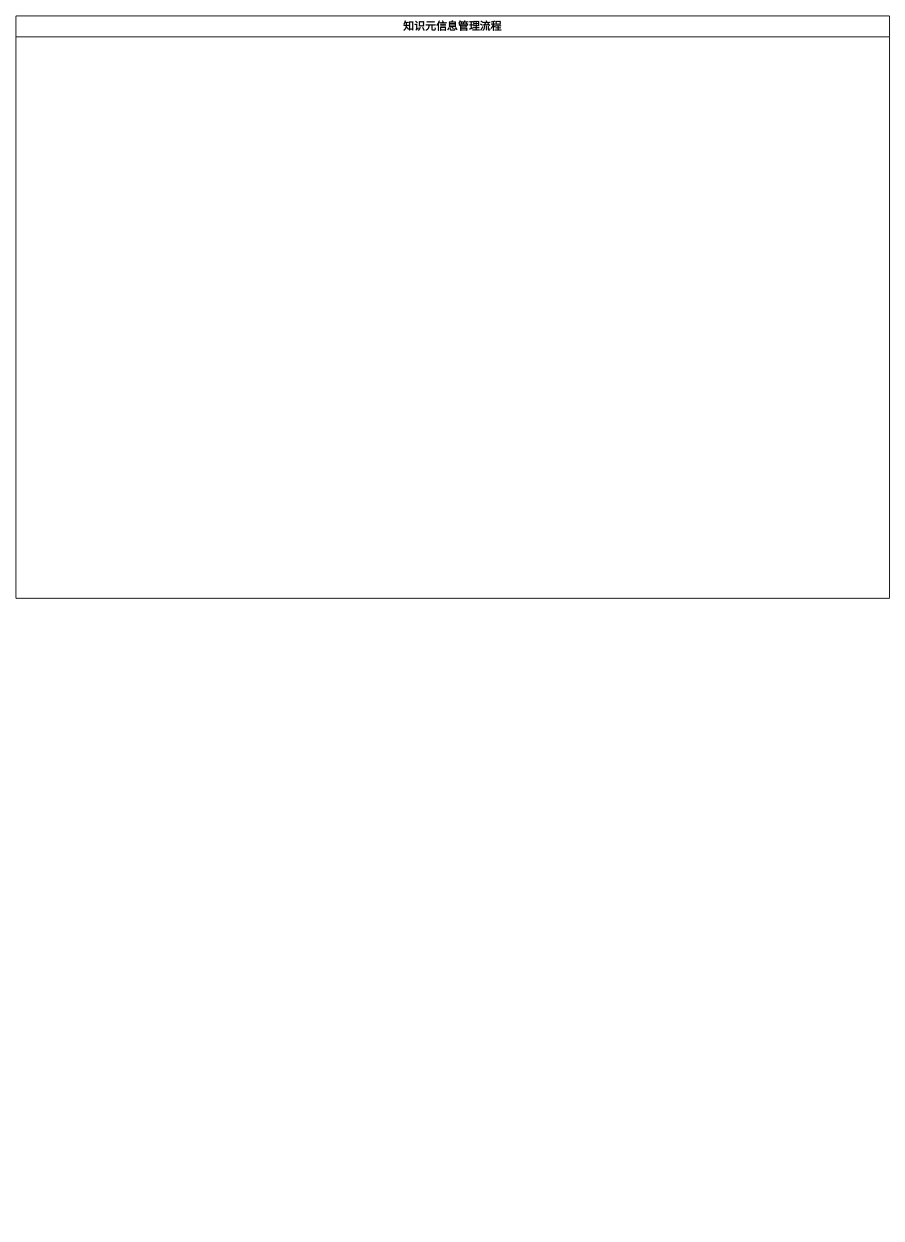
Before: page "核心流程详细设计" (2 of 2) of biz_flow/企业知识平台设计.drawio in hlld3344/diagrams, a draw.io diagram. Source tidied: cells renumbered, new cells numbered last; positions are measured from the earlier drawing's top-left corner, leaving out a move shared by most shapes. Both pictures are drawn from the tidied source at 91%, with x=0, y=0 at pixel (15, 15).
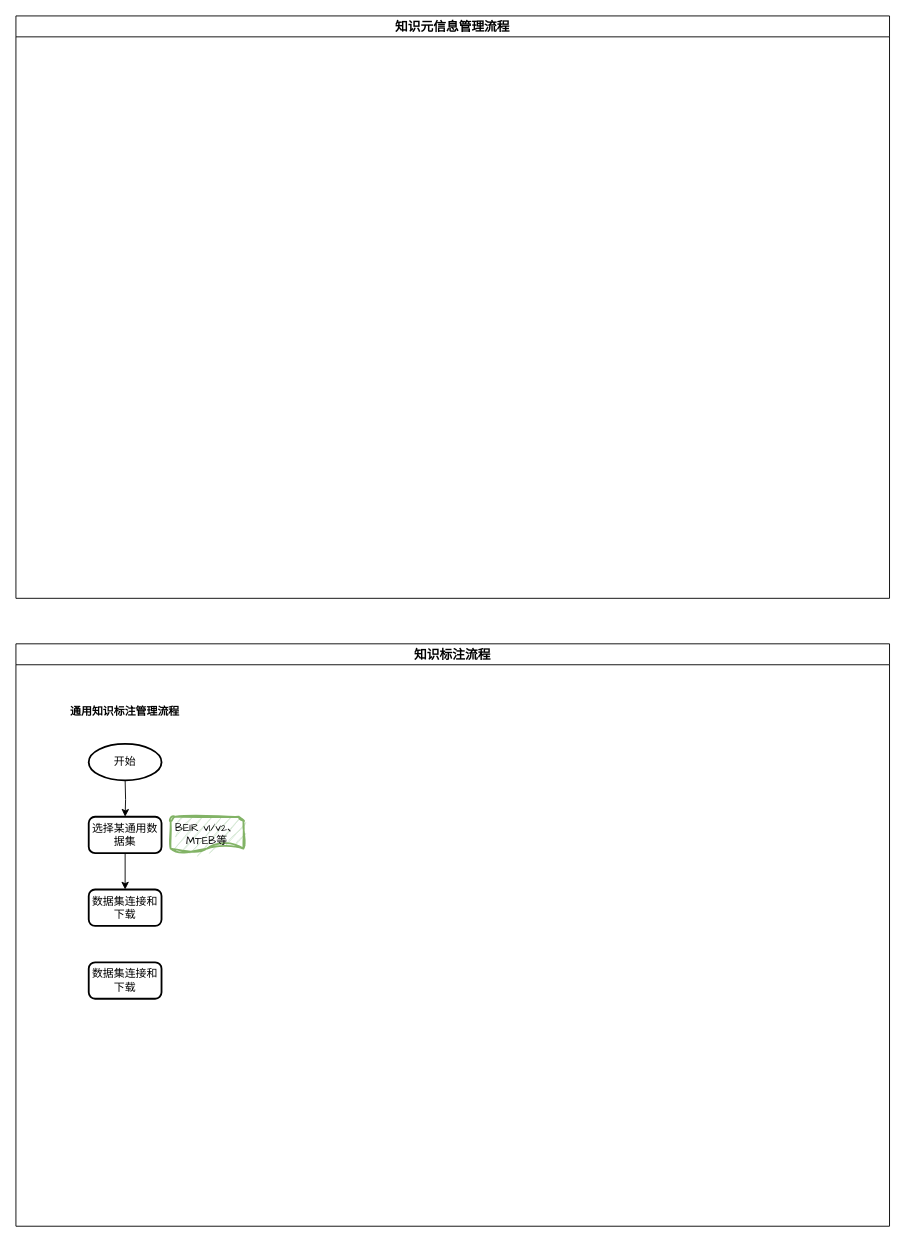
The same page after the edit.

Diff of the diagram source:
```diff
@@
 <mxGraphModel>
   <root>
     <mxCell id="0" />
     <mxCell id="1" parent="0" />
-    <mxCell id="2" value="知识元信息管理流程" style="swimlane;whiteSpace=wrap;html=1;" parent="1" vertex="1">
+    <mxCell id="2" value="&lt;font style=&quot;font-size: 14px;&quot;&gt;知识元信息管理流程&lt;/font&gt;" style="swimlane;whiteSpace=wrap;html=1;" parent="1" vertex="1">
       <mxGeometry width="960" height="640" as="geometry" />
     </mxCell>
+    <mxCell id="3" value="&lt;font style=&quot;font-size: 14px;&quot;&gt;知识标注流程&lt;/font&gt;" style="swimlane;whiteSpace=wrap;html=1;" parent="1" vertex="1">
+      <mxGeometry y="690" width="960" height="640" as="geometry" />
+    </mxCell>
+    <mxCell id="4" style="edgeStyle=orthogonalEdgeStyle;rounded=0;jettySize=auto;html=1;exitX=0.5;exitY=1;exitDx=0;exitDy=0;exitPerimeter=0;" parent="3" edge="1" target="6">
+      <mxGeometry relative="1" as="geometry">
+        <mxPoint x="120" y="150" as="sourcePoint" />
+      </mxGeometry>
+    </mxCell>
+    <mxCell id="5" style="edgeStyle=orthogonalEdgeStyle;rounded=0;jettySize=auto;html=1;exitX=0.5;exitY=1;exitDx=0;exitDy=0;entryX=0.5;entryY=0;entryDx=0;entryDy=0;" parent="3" edge="1" source="6" target="10">
+      <mxGeometry relative="1" as="geometry" />
+    </mxCell>
+    <mxCell id="6" value="选择某通用数据集" style="rounded=1;whiteSpace=wrap;html=1;absoluteArcSize=1;arcSize=14;strokeWidth=2;" parent="3" vertex="1">
+      <mxGeometry x="80" y="190" width="80" height="40" as="geometry" />
+    </mxCell>
+    <mxCell id="7" value="开始" style="strokeWidth=2;html=1;shape=mxgraph.flowchart.start_1;whiteSpace=wrap;" parent="3" vertex="1">
+      <mxGeometry x="80" y="110" width="80" height="40" as="geometry" />
+    </mxCell>
+    <mxCell id="8" value="通用知识标注管理流程" style="text;html=1;align=center;verticalAlign=middle;whiteSpace=wrap;rounded=0;fontStyle=1;" parent="3" vertex="1">
+      <mxGeometry x="50" y="60" width="140" height="30" as="geometry" />
+    </mxCell>
+    <mxCell id="9" value="BEIR v1/v2、MTEB等" style="strokeWidth=2;html=1;shape=mxgraph.flowchart.document2;whiteSpace=wrap;size=0.25;fillColor=#d5e8d4;strokeColor=#82b366;sketch=1;curveFitting=1;jiggle=2;fontFamily=Comic Sans MS;" parent="3" vertex="1">
+      <mxGeometry x="170" y="190" width="80" height="40" as="geometry" />
+    </mxCell>
+    <mxCell id="10" value="数据集连接和下载" style="rounded=1;whiteSpace=wrap;html=1;absoluteArcSize=1;arcSize=14;strokeWidth=2;" parent="3" vertex="1">
+      <mxGeometry x="80" y="270" width="80" height="40" as="geometry" />
+    </mxCell>
+    <mxCell id="11" value="数据集连接和下载" style="rounded=1;whiteSpace=wrap;html=1;absoluteArcSize=1;arcSize=14;strokeWidth=2;" parent="3" vertex="1">
+      <mxGeometry x="80" y="350" width="80" height="40" as="geometry" />
+    </mxCell>
   </root>
 </mxGraphModel>
```
